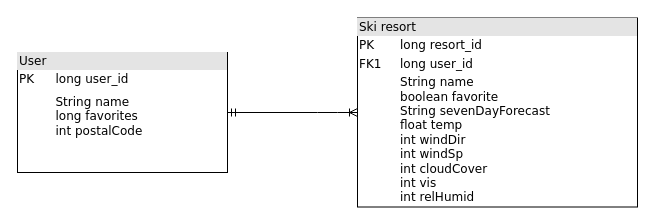
Quentin-D-NM/ski-america keeps this draw.io diagram as docs/erd.drawio. Above is the earlier version. Source tidied: cells renumbered, new cells numbered last; positions are measured from the earlier drawing's top-left corner, leaving out a move shared by most shapes. Both pictures are drawn from the tidied source at 100%, with x=0, y=0 at pixel (17, 18).
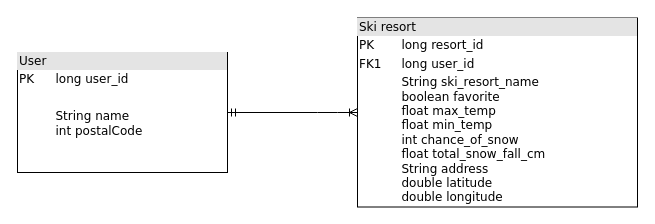
Above is the later version.

The edit, as a diff of the source:
```diff
@@
 <mxGraphModel background="#ffffff">
   <root>
     <mxCell id="0" />
     <mxCell id="1" parent="0" />
-    <mxCell id="2" value="&lt;div style=&quot;box-sizing: border-box ; width: 100% ; background: #e4e4e4 ; padding: 2px&quot;&gt;User&lt;/div&gt;&lt;table style=&quot;width: 100% ; font-size: 1em&quot; cellpadding=&quot;2&quot; cellspacing=&quot;0&quot;&gt;&lt;tbody&gt;&lt;tr&gt;&lt;td&gt;PK&lt;/td&gt;&lt;td&gt;long user_id&lt;/td&gt;&lt;/tr&gt;&lt;tr&gt;&lt;td&gt;&lt;/td&gt;&lt;td&gt;&lt;/td&gt;&lt;/tr&gt;&lt;tr&gt;&lt;td&gt;&lt;/td&gt;&lt;td&gt;String name&lt;br&gt;long favorites&lt;br&gt;int postalCode&lt;br&gt;&lt;br&gt;&lt;/td&gt;&lt;/tr&gt;&lt;/tbody&gt;&lt;/table&gt;" style="verticalAlign=top;align=left;overflow=fill;html=1;rounded=0;shadow=0;comic=0;labelBackgroundColor=none;strokeColor=#000000;strokeWidth=1;fillColor=#ffffff;fontFamily=Verdana;fontSize=12;fontColor=#000000;" parent="1" vertex="1">
+    <mxCell id="2" value="&lt;div style=&quot;box-sizing: border-box ; width: 100% ; background: #e4e4e4 ; padding: 2px&quot;&gt;User&lt;/div&gt;&lt;table style=&quot;width: 100% ; font-size: 1em&quot; cellspacing=&quot;0&quot; cellpadding=&quot;2&quot;&gt;&lt;tbody&gt;&lt;tr&gt;&lt;td&gt;PK&lt;/td&gt;&lt;td&gt;long user_id&lt;/td&gt;&lt;/tr&gt;&lt;tr&gt;&lt;td&gt;&lt;br&gt;&lt;/td&gt;&lt;td&gt;&lt;br&gt;&lt;/td&gt;&lt;/tr&gt;&lt;tr&gt;&lt;td&gt;&lt;br&gt;&lt;/td&gt;&lt;td&gt;String name&lt;br&gt;int postalCode&lt;br&gt;&lt;br&gt;&lt;/td&gt;&lt;/tr&gt;&lt;/tbody&gt;&lt;/table&gt;" style="verticalAlign=top;align=left;overflow=fill;html=1;rounded=0;shadow=0;comic=0;labelBackgroundColor=none;strokeColor=#000000;strokeWidth=1;fillColor=#ffffff;fontFamily=Verdana;fontSize=12;fontColor=#000000;" parent="1" vertex="1">
       <mxGeometry y="34" width="210" height="120" as="geometry" />
     </mxCell>
-    <mxCell id="3" value="&lt;div style=&quot;box-sizing: border-box ; width: 100% ; background: #e4e4e4 ; padding: 2px&quot;&gt;Ski resort&lt;/div&gt;&lt;table style=&quot;width: 100% ; font-size: 1em&quot; cellpadding=&quot;2&quot; cellspacing=&quot;0&quot;&gt;&lt;tbody&gt;&lt;tr&gt;&lt;td&gt;PK&lt;/td&gt;&lt;td&gt;long resort_id&lt;/td&gt;&lt;/tr&gt;&lt;tr&gt;&lt;td&gt;FK1&lt;/td&gt;&lt;td&gt;long user_id&lt;/td&gt;&lt;/tr&gt;&lt;tr&gt;&lt;td&gt;&lt;/td&gt;&lt;td&gt;String name&lt;br&gt;boolean favorite&lt;br&gt;String sevenDayForecast&lt;br&gt;float temp&lt;br&gt;int windDir&lt;br&gt;int windSp&lt;br&gt;int cloudCover&lt;br&gt;int vis&lt;br&gt;int relHumid&lt;br&gt;&lt;br&gt;&lt;br&gt;&lt;/td&gt;&lt;/tr&gt;&lt;/tbody&gt;&lt;/table&gt;" style="verticalAlign=top;align=left;overflow=fill;html=1;rounded=0;shadow=0;comic=0;labelBackgroundColor=none;strokeColor=#000000;strokeWidth=1;fillColor=#ffffff;fontFamily=Verdana;fontSize=12;fontColor=#000000;" parent="1" vertex="1">
+    <mxCell id="3" value="&lt;div style=&quot;box-sizing: border-box ; width: 100% ; background: #e4e4e4 ; padding: 2px&quot;&gt;Ski resort&lt;/div&gt;&lt;table style=&quot;width: 100% ; font-size: 1em&quot; cellspacing=&quot;0&quot; cellpadding=&quot;2&quot;&gt;&lt;tbody&gt;&lt;tr&gt;&lt;td&gt;PK&lt;/td&gt;&lt;td&gt;long resort_id&lt;/td&gt;&lt;/tr&gt;&lt;tr&gt;&lt;td&gt;FK1&lt;/td&gt;&lt;td&gt;long user_id&lt;/td&gt;&lt;/tr&gt;&lt;tr&gt;&lt;td&gt;&lt;br&gt;&lt;/td&gt;&lt;td&gt;String ski_resort_name&lt;br&gt;boolean favorite&lt;br&gt;float max_temp&lt;br&gt;float min_temp&lt;br&gt;int chance_of_snow&lt;br&gt;float total_snow_fall_cm&lt;br&gt;String address&lt;br&gt;double latitude&lt;br&gt;double longitude&lt;br&gt;&lt;br&gt;&lt;/td&gt;&lt;/tr&gt;&lt;/tbody&gt;&lt;/table&gt;" style="verticalAlign=top;align=left;overflow=fill;html=1;rounded=0;shadow=0;comic=0;labelBackgroundColor=none;strokeColor=#000000;strokeWidth=1;fillColor=#ffffff;fontFamily=Verdana;fontSize=12;fontColor=#000000;" parent="1" vertex="1">
       <mxGeometry x="340" y="-0.5" width="280" height="189" as="geometry" />
     </mxCell>
     <mxCell id="4" style="edgeStyle=orthogonalEdgeStyle;html=1;endArrow=ERoneToMany;startArrow=ERmandOne;labelBackgroundColor=none;fontFamily=Verdana;fontSize=12;align=left;exitX=1;exitY=0.5;exitDx=0;exitDy=0;entryX=0;entryY=0.5;entryDx=0;entryDy=0;" parent="1" edge="1" source="2" target="3">
       <mxGeometry relative="1" as="geometry">
         <Array as="points">
           <mxPoint x="310" y="94" />
         </Array>
       </mxGeometry>
     </mxCell>
   </root>
 </mxGraphModel>
```
